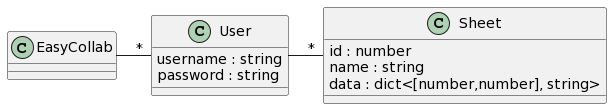
Before: uml/class_diagram.png, a diagram exported from PlantUML (LESNIAK-Louis/EasyCollab).
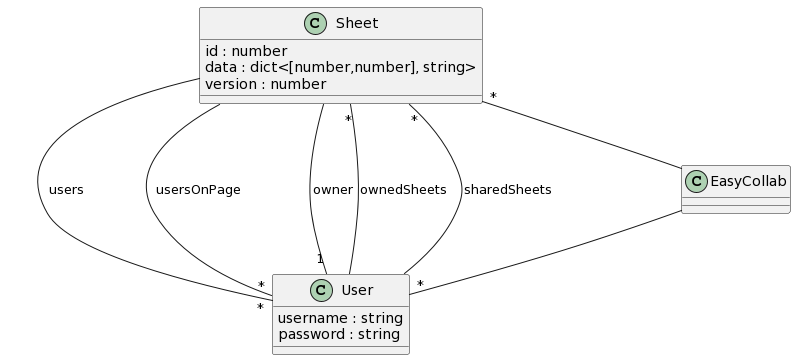
Later version of the same file.

Commit message:
Diagramme mis à jour

What changed in the source:
```diff
@@ -10,10 +10,17 @@
 
 class Sheet{
 id : number
-name : string
 data : dict<[number,number], string>
+version : number
 }
 
-EasyCollab -"*" User
-User -"*" Sheet
+EasyCollab --"*" User
+Sheet "*"--  EasyCollab
+
+Sheet -"*" User : users
+Sheet -"*" User : usersOnPage
+Sheet -"1" User : owner
+
+Sheet "*"-  User : ownedSheets
+Sheet "*"-  User : sharedSheets
 @enduml
```
